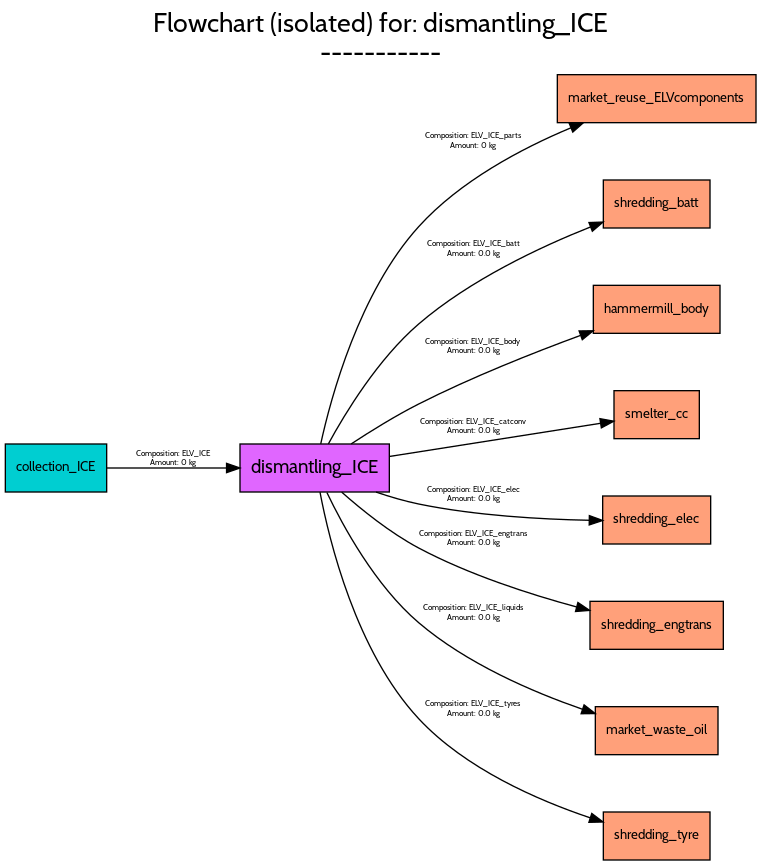
This is src/futuram/examples/ELV/figures/flowcharts/processes/png/dismantling_ICE.png from FutuRaM-Project/Recovery-Model, a Graphviz export, as it was before one commit. Its source is kept beside it as src/futuram/examples/ELV/figures/flowcharts/processes/dot/dismantling_ICE.dot.
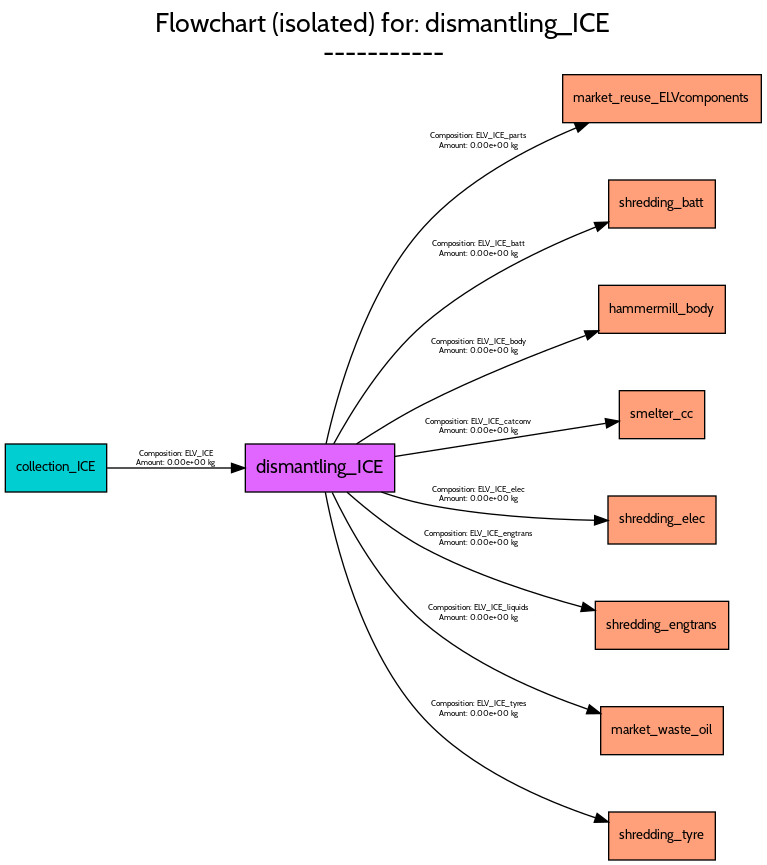
Above is the later version.

Change to the diagram source:
```diff
@@ -1,5 +1,5 @@
 digraph {
-	graph [bb="0,0,563,641",
+	graph [bb="0,0,567,641",
 		font=Cabin,
 		fontname=Cabin,
 		fontsize=20,
@@ -8,7 +8,7 @@
 		labeljust=c,
 		labelloc=tc,
 		lheight=0.61,
-		lp="281.5,615",
+		lp="283.5,615",
 		lwidth=4.75,
 		nodesep=0.6,
 		rankdir=LR,
@@ -19,7 +19,7 @@
 		fontname=Cabin,
 		fontsize=14,
 		height=0.5,
-		pos="232,294",
+		pos="236,294",
 		shape=box,
 		style=filled,
 		width=1.5556];
@@ -27,7 +27,7 @@
 		fontname=Cabin,
 		fontsize=10,
 		height=0.5,
-		pos="488.5,571",
+		pos="492.5,571",
 		shape=box,
 		style=filled,
 		width=2.0694];
@@ -35,14 +35,14 @@
 		fontname=Cabin,
 		fontsize=6,
 		label="Composition: ELV_ICE_parts
-Amount: 0 kg",
-		lp="351,539",
-		pos="e,433.53,552.94 236.54,312.07 244.24,347.27 265.53,425.89 310,475 340.89,509.12 386.82,533.5 424.22,549.15"];
+Amount: 0.00e+00 kg",
+		lp="355,539",
+		pos="e,437.53,552.94 240.54,312.07 248.24,347.27 269.53,425.89 314,475 344.89,509.12 390.82,533.5 428.22,549.15"];
 	shredding_batt	[fillcolor=lightsalmon1,
 		fontname=Cabin,
 		fontsize=10,
 		height=0.5,
-		pos="488.5,492",
+		pos="492.5,492",
 		shape=box,
 		style=filled,
 		width=1.1111];
@@ -50,14 +50,14 @@
 		fontname=Cabin,
 		fontsize=6,
 		label="Composition: ELV_ICE_batt
-Amount: 0.0 kg",
-		lp="351,458",
-		pos="e,448.3,478.46 242.29,312.1 254.97,335.37 279.62,375.87 310,402 348.4,435.02 401.01,459.74 438.98,474.83"];
+Amount: 0.00e+00 kg",
+		lp="355,458",
+		pos="e,452.3,478.46 246.29,312.1 258.97,335.37 283.62,375.87 314,402 352.4,435.02 405.01,459.74 442.98,474.83"];
 	hammermill_body	[fillcolor=lightsalmon1,
 		fontname=Cabin,
 		fontsize=10,
 		height=0.5,
-		pos="488.5,413",
+		pos="492.5,413",
 		shape=box,
 		style=filled,
 		width=1.3194];
@@ -65,14 +65,14 @@
 		fontname=Cabin,
 		fontsize=6,
 		label="Composition: ELV_ICE_body
-Amount: 0.0 kg",
-		lp="351,385",
-		pos="e,440.92,396.93 259.41,312.08 273.97,321.63 292.58,333.17 310,342 349.38,361.95 395.75,380.33 431.21,393.39"];
+Amount: 0.00e+00 kg",
+		lp="355,385",
+		pos="e,444.92,396.93 263.41,312.08 277.97,321.63 296.58,333.17 314,342 353.38,361.95 399.75,380.33 435.21,393.39"];
 	smelter_cc	[fillcolor=lightsalmon1,
 		fontname=Cabin,
 		fontsize=10,
 		height=0.5,
-		pos="488.5,334",
+		pos="492.5,334",
 		shape=box,
 		style=filled,
 		width=0.88889];
@@ -80,14 +80,14 @@
 		fontname=Cabin,
 		fontsize=6,
 		label="Composition: ELV_ICE_catconv
-Amount: 0.0 kg",
-		lp="351,325",
-		pos="e,456.36,329.11 288.22,302.68 335.76,310.15 403.3,320.77 446.26,327.52"];
+Amount: 0.00e+00 kg",
+		lp="355,325",
+		pos="e,460.36,329.11 292.22,302.68 339.76,310.15 407.3,320.77 450.26,327.52"];
 	shredding_elec	[fillcolor=lightsalmon1,
 		fontname=Cabin,
 		fontsize=10,
 		height=0.5,
-		pos="488.5,255",
+		pos="492.5,255",
 		shape=box,
 		style=filled,
 		width=1.125];
@@ -95,14 +95,14 @@
 		fontname=Cabin,
 		fontsize=6,
 		label="Composition: ELV_ICE_elec
-Amount: 0.0 kg",
-		lp="351,274",
-		pos="e,447.96,254.64 278.03,275.94 288.38,272.42 299.45,269.16 310,267 352.55,258.27 401.91,255.51 437.76,254.8"];
+Amount: 0.00e+00 kg",
+		lp="355,274",
+		pos="e,451.96,254.64 282.03,275.94 292.38,272.42 303.45,269.16 314,267 356.55,258.27 405.91,255.51 441.76,254.8"];
 	shredding_engtrans	[fillcolor=lightsalmon1,
 		fontname=Cabin,
 		fontsize=10,
 		height=0.5,
-		pos="488.5,176",
+		pos="492.5,176",
 		shape=box,
 		style=filled,
 		width=1.3889];
@@ -110,14 +110,14 @@
 		fontname=Cabin,
 		fontsize=6,
 		label="Composition: ELV_ICE_engtrans
-Amount: 0.0 kg",
-		lp="351,241",
-		pos="e,438.2,187.2 252.26,275.9 267.09,262.77 288.6,245.38 310,234 347.41,214.1 392.89,199.4 428.45,189.78"];
+Amount: 0.00e+00 kg",
+		lp="355,241",
+		pos="e,442.2,187.2 256.26,275.9 271.09,262.77 292.6,245.38 314,234 351.41,214.1 396.89,199.4 432.45,189.78"];
 	market_waste_oil	[fillcolor=lightsalmon1,
 		fontname=Cabin,
 		fontsize=10,
 		height=0.5,
-		pos="488.5,97",
+		pos="492.5,97",
 		shape=box,
 		style=filled,
 		width=1.2778];
@@ -125,14 +125,14 @@
 		fontname=Cabin,
 		fontsize=6,
 		label="Composition: ELV_ICE_liquids
-Amount: 0.0 kg",
-		lp="351,185",
-		pos="e,442.43,109.82 241.17,275.61 253.1,250.59 277.46,205.77 310,178 345.83,147.42 395.12,126.16 432.66,113.12"];
+Amount: 0.00e+00 kg",
+		lp="355,185",
+		pos="e,446.43,109.82 245.17,275.61 257.1,250.59 281.46,205.77 314,178 349.83,147.42 399.12,126.16 436.66,113.12"];
 	shredding_tyre	[fillcolor=lightsalmon1,
 		fontname=Cabin,
 		fontsize=10,
 		height=0.5,
-		pos="488.5,18",
+		pos="492.5,18",
 		shape=box,
 		style=filled,
 		width=1.1111];
@@ -140,9 +140,9 @@
 		fontname=Cabin,
 		fontsize=6,
 		label="Composition: ELV_ICE_tyres
-Amount: 0.0 kg",
-		lp="351,113",
-		pos="e,448.27,28.5 236,275.92 242.89,239.5 263.02,156.47 310,106 344.89,68.518 399.23,44.869 438.6,31.641"];
+Amount: 0.00e+00 kg",
+		lp="355,113",
+		pos="e,452.27,28.5 240,275.92 246.89,239.5 267.02,156.47 314,106 348.89,68.518 403.23,44.869 442.6,31.641"];
 	collection_ICE	[fillcolor=darkturquoise,
 		fontname=Cabin,
 		fontsize=10,
@@ -155,7 +155,7 @@
 		fontname=Cabin,
 		fontsize=6,
 		label="Composition: ELV_ICE
-Amount: 0 kg",
-		lp="126,301",
-		pos="e,175.92,294 76.02,294 101.36,294 135.66,294 165.55,294"];
+Amount: 0.00e+00 kg",
+		lp="128,301",
+		pos="e,179.64,294 76.327,294 102.57,294 138.39,294 169.35,294"];
 }
```
